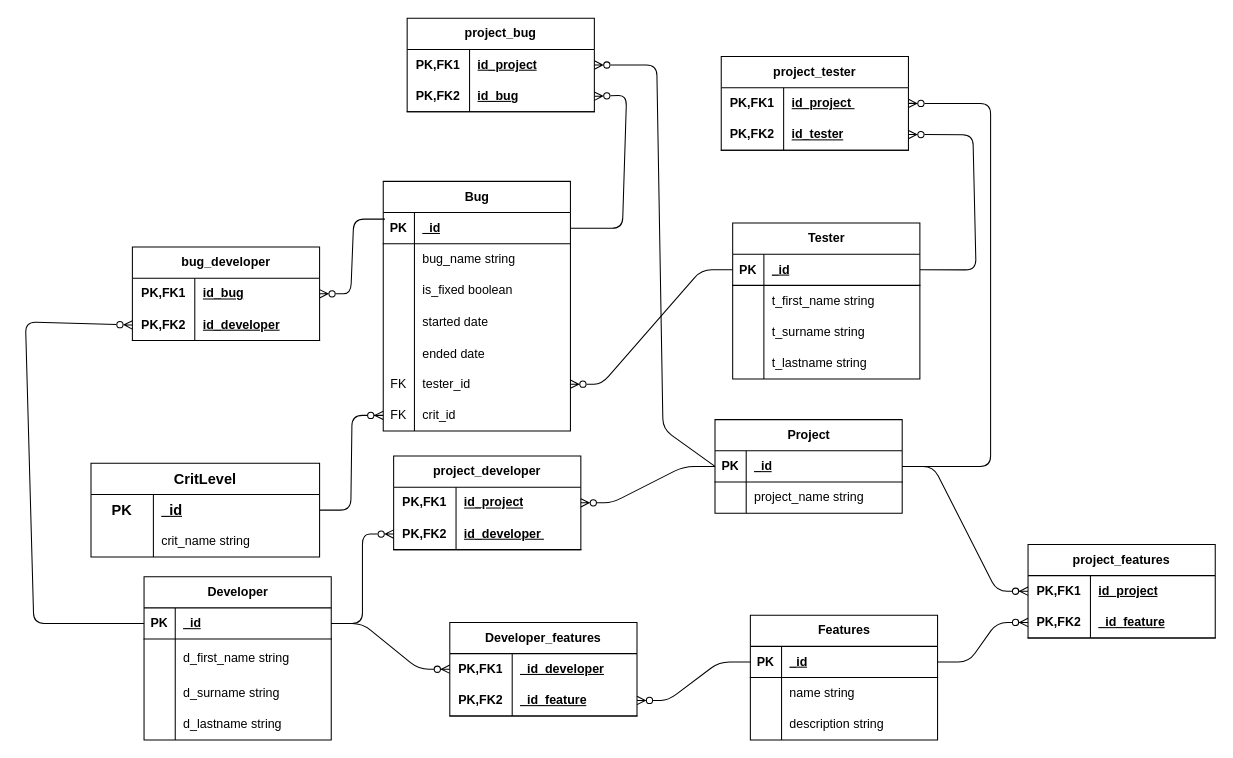
Earlier version of the draw.io diagram 3 year/DataBase/11lab/lab11.drawio (shmkvdmd/SUAI). Source tidied: cells renumbered, new cells numbered last; positions are measured from the earlier drawing's top-left corner, leaving out a move shared by most shapes. Both pictures are drawn from the tidied source at 104%, with x=0, y=0 at pixel (25, 18).
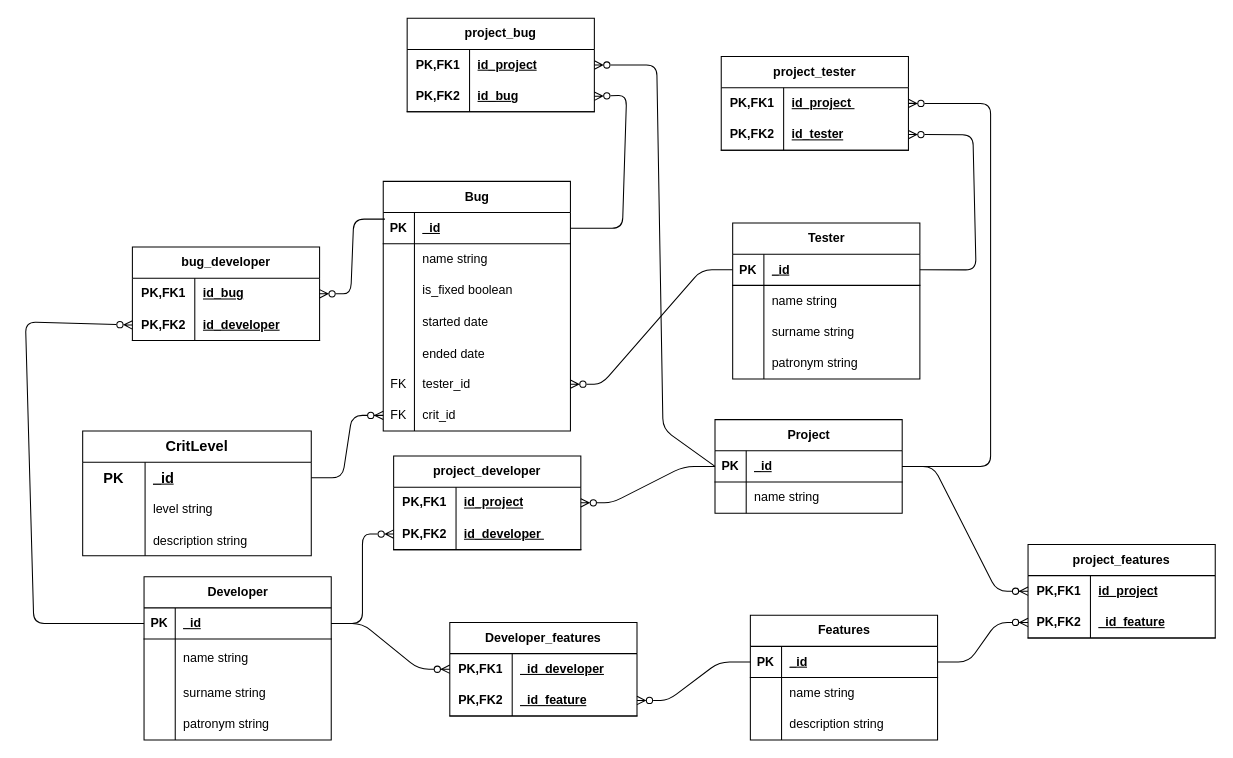
The same page after the edit.

The change refers to these unchanged cells:
```xml
<mxCell id="6" style="shape=tableRow;horizontal=0;startSize=0;swimlaneHead=0;swimlaneBody=0;fillColor=none;top=0;left=0;right=0;bottom=0;" parent="2" vertex="1">
  <mxGeometry y="60" width="180" height="30" as="geometry" />
</mxCell>
<mxCell id="13" style="shape=tableRow;horizontal=0;startSize=0;swimlaneHead=0;swimlaneBody=0;fillColor=none;top=0;left=0;right=0;bottom=0;" parent="9" vertex="1">
  <mxGeometry y="60" width="180" height="37" as="geometry" />
</mxCell>
<mxCell id="16" style="shape=tableRow;horizontal=0;startSize=0;swimlaneHead=0;swimlaneBody=0;fillColor=none;top=0;left=0;right=0;bottom=0;fontFamily=Helvetica;fontSize=12;fontColor=default;" parent="9" vertex="1">
  <mxGeometry y="97" width="180" height="30" as="geometry" />
</mxCell>
<mxCell id="19" style="shape=tableRow;horizontal=0;startSize=0;swimlaneHead=0;swimlaneBody=0;fillColor=none;top=0;left=0;right=0;bottom=0;fontFamily=Helvetica;fontSize=12;fontColor=default;" parent="9" vertex="1">
  <mxGeometry y="127" width="180" height="30" as="geometry" />
</mxCell>
<mxCell id="26" style="shape=tableRow;horizontal=0;startSize=0;swimlaneHead=0;swimlaneBody=0;fillColor=none;top=0;left=0;right=0;bottom=0;" parent="22" vertex="1">
  <mxGeometry y="60" width="180" height="30" as="geometry" />
</mxCell>
<mxCell id="29" style="shape=tableRow;horizontal=0;startSize=0;swimlaneHead=0;swimlaneBody=0;fillColor=none;top=0;left=0;right=0;bottom=0;fontFamily=Helvetica;fontSize=12;fontColor=default;" parent="22" vertex="1">
  <mxGeometry y="90" width="180" height="30" as="geometry" />
</mxCell>
<mxCell id="32" style="shape=tableRow;horizontal=0;startSize=0;swimlaneHead=0;swimlaneBody=0;fillColor=none;top=0;left=0;right=0;bottom=0;fontFamily=Helvetica;fontSize=12;fontColor=default;" parent="22" vertex="1">
  <mxGeometry y="120" width="180" height="30" as="geometry" />
</mxCell>
<mxCell id="39" style="shape=tableRow;horizontal=0;startSize=0;swimlaneHead=0;swimlaneBody=0;fillColor=none;top=0;left=0;right=0;bottom=0;" parent="35" vertex="1">
  <mxGeometry y="60" width="180" height="30" as="geometry" />
</mxCell>
<mxCell id="61" style="shape=tableRow;horizontal=0;startSize=0;swimlaneHead=0;swimlaneBody=0;fillColor=none;top=0;left=0;right=0;bottom=0;" parent="57" vertex="1">
  <mxGeometry y="60" width="219.8" height="30" as="geometry" />
</mxCell>
```

What changed in the source:
```diff
@@
-    <mxCell id="8" value="project_name string" style="shape=partialRectangle;fillColor=none;top=0;left=0;bottom=0;right=0;align=left;spacingLeft=6;overflow=hidden;whiteSpace=wrap;html=1;" parent="6" vertex="1">
+    <mxCell id="8" value="name string" style="shape=partialRectangle;fillColor=none;top=0;left=0;bottom=0;right=0;align=left;spacingLeft=6;overflow=hidden;whiteSpace=wrap;html=1;" parent="6" vertex="1">
       <mxGeometry x="30" width="150" height="30" as="geometry" />
     </mxCell>
@@
-    <mxCell id="15" value="d_first_name string" style="shape=partialRectangle;fillColor=none;top=0;left=0;bottom=0;right=0;align=left;spacingLeft=6;overflow=hidden;whiteSpace=wrap;html=1;" parent="13" vertex="1">
+    <mxCell id="15" value="name string" style="shape=partialRectangle;fillColor=none;top=0;left=0;bottom=0;right=0;align=left;spacingLeft=6;overflow=hidden;whiteSpace=wrap;html=1;" parent="13" vertex="1">
       <mxGeometry x="30" width="150" height="37" as="geometry" />
     </mxCell>
@@
-    <mxCell id="18" value="d_surname string" style="shape=partialRectangle;fillColor=none;top=0;left=0;bottom=0;right=0;align=left;spacingLeft=6;fontStyle=0;overflow=hidden;whiteSpace=wrap;html=1;fontFamily=Helvetica;fontSize=12;fontColor=default;" parent="16" vertex="1">
+    <mxCell id="18" value="surname string" style="shape=partialRectangle;fillColor=none;top=0;left=0;bottom=0;right=0;align=left;spacingLeft=6;fontStyle=0;overflow=hidden;whiteSpace=wrap;html=1;fontFamily=Helvetica;fontSize=12;fontColor=default;" parent="16" vertex="1">
       <mxGeometry x="30" width="150" height="30" as="geometry" />
     </mxCell>
@@
-    <mxCell id="21" value="d_lastname string" style="shape=partialRectangle;fillColor=none;top=0;left=0;bottom=0;right=0;align=left;spacingLeft=6;fontStyle=0;overflow=hidden;whiteSpace=wrap;html=1;fontFamily=Helvetica;fontSize=12;fontColor=default;" parent="19" vertex="1">
+    <mxCell id="21" value="patronym string" style="shape=partialRectangle;fillColor=none;top=0;left=0;bottom=0;right=0;align=left;spacingLeft=6;fontStyle=0;overflow=hidden;whiteSpace=wrap;html=1;fontFamily=Helvetica;fontSize=12;fontColor=default;" parent="19" vertex="1">
       <mxGeometry x="30" width="150" height="30" as="geometry" />
     </mxCell>
@@
-    <mxCell id="28" value="t_first_name string" style="shape=partialRectangle;fillColor=none;top=0;left=0;bottom=0;right=0;align=left;spacingLeft=6;overflow=hidden;whiteSpace=wrap;html=1;" parent="26" vertex="1">
+    <mxCell id="28" value="name string" style="shape=partialRectangle;fillColor=none;top=0;left=0;bottom=0;right=0;align=left;spacingLeft=6;overflow=hidden;whiteSpace=wrap;html=1;" parent="26" vertex="1">
       <mxGeometry x="30" width="150" height="30" as="geometry" />
     </mxCell>
@@
-    <mxCell id="31" value="t_surname string" style="shape=partialRectangle;fillColor=none;top=0;left=0;bottom=0;right=0;align=left;spacingLeft=6;fontStyle=0;overflow=hidden;whiteSpace=wrap;html=1;fontFamily=Helvetica;fontSize=12;fontColor=default;" parent="29" vertex="1">
+    <mxCell id="31" value="surname string" style="shape=partialRectangle;fillColor=none;top=0;left=0;bottom=0;right=0;align=left;spacingLeft=6;fontStyle=0;overflow=hidden;whiteSpace=wrap;html=1;fontFamily=Helvetica;fontSize=12;fontColor=default;" parent="29" vertex="1">
       <mxGeometry x="30" width="150" height="30" as="geometry" />
     </mxCell>
@@
-    <mxCell id="34" value="t_lastname string" style="shape=partialRectangle;fillColor=none;top=0;left=0;bottom=0;right=0;align=left;spacingLeft=6;fontStyle=0;overflow=hidden;whiteSpace=wrap;html=1;fontFamily=Helvetica;fontSize=12;fontColor=default;" parent="32" vertex="1">
+    <mxCell id="34" value="patronym string" style="shape=partialRectangle;fillColor=none;top=0;left=0;bottom=0;right=0;align=left;spacingLeft=6;fontStyle=0;overflow=hidden;whiteSpace=wrap;html=1;fontFamily=Helvetica;fontSize=12;fontColor=default;" parent="32" vertex="1">
       <mxGeometry x="30" width="150" height="30" as="geometry" />
     </mxCell>
@@
-    <mxCell id="41" value="bug_name string" style="shape=partialRectangle;fillColor=none;top=0;left=0;bottom=0;right=0;align=left;spacingLeft=6;overflow=hidden;whiteSpace=wrap;html=1;" parent="39" vertex="1">
+    <mxCell id="41" value="name string" style="shape=partialRectangle;fillColor=none;top=0;left=0;bottom=0;right=0;align=left;spacingLeft=6;overflow=hidden;whiteSpace=wrap;html=1;" parent="39" vertex="1">
       <mxGeometry x="30" width="150" height="30" as="geometry" />
     </mxCell>
@@
     <mxCell id="57" value="CritLevel" style="shape=table;startSize=30;childLayout=tableLayout;rowLines=0;fontStyle=1;align=center;html=1;whiteSpace=wrap;fontSize=14;" parent="1" vertex="1">
-      <mxGeometry x="63" y="428" width="219.8" height="90" as="geometry" />
+      <mxGeometry x="55" y="396.9" width="219.8" height="120" as="geometry" />
     </mxCell>
@@
-    <mxCell id="63" value="crit_name string" style="shape=partialRectangle;fillColor=none;top=0;left=0;bottom=0;right=0;align=left;spacingLeft=6;fontStyle=0;overflow=hidden;whiteSpace=wrap;html=1;" parent="61" vertex="1">
+    <mxCell id="63" value="level string" style="shape=partialRectangle;fillColor=none;top=0;left=0;bottom=0;right=0;align=left;spacingLeft=6;fontStyle=0;overflow=hidden;whiteSpace=wrap;html=1;" parent="61" vertex="1">
       <mxGeometry x="60" width="159.8" height="30" as="geometry" />
     </mxCell>
+    <mxCell id="130" style="shape=tableRow;horizontal=0;startSize=0;swimlaneHead=0;swimlaneBody=0;fillColor=none;top=0;left=0;right=0;bottom=0;" parent="57" vertex="1">
+      <mxGeometry y="90" width="219.8" height="30" as="geometry" />
+    </mxCell>
+    <mxCell id="131" style="shape=partialRectangle;fillColor=none;top=0;left=0;bottom=0;right=0;overflow=hidden;" parent="130" vertex="1">
+      <mxGeometry width="60" height="30" as="geometry" />
+    </mxCell>
+    <mxCell id="132" value="description string" style="shape=partialRectangle;fillColor=none;top=0;left=0;bottom=0;right=0;align=left;spacingLeft=6;overflow=hidden;" parent="130" vertex="1">
+      <mxGeometry x="60" width="159.8" height="30" as="geometry" />
+    </mxCell>
```
